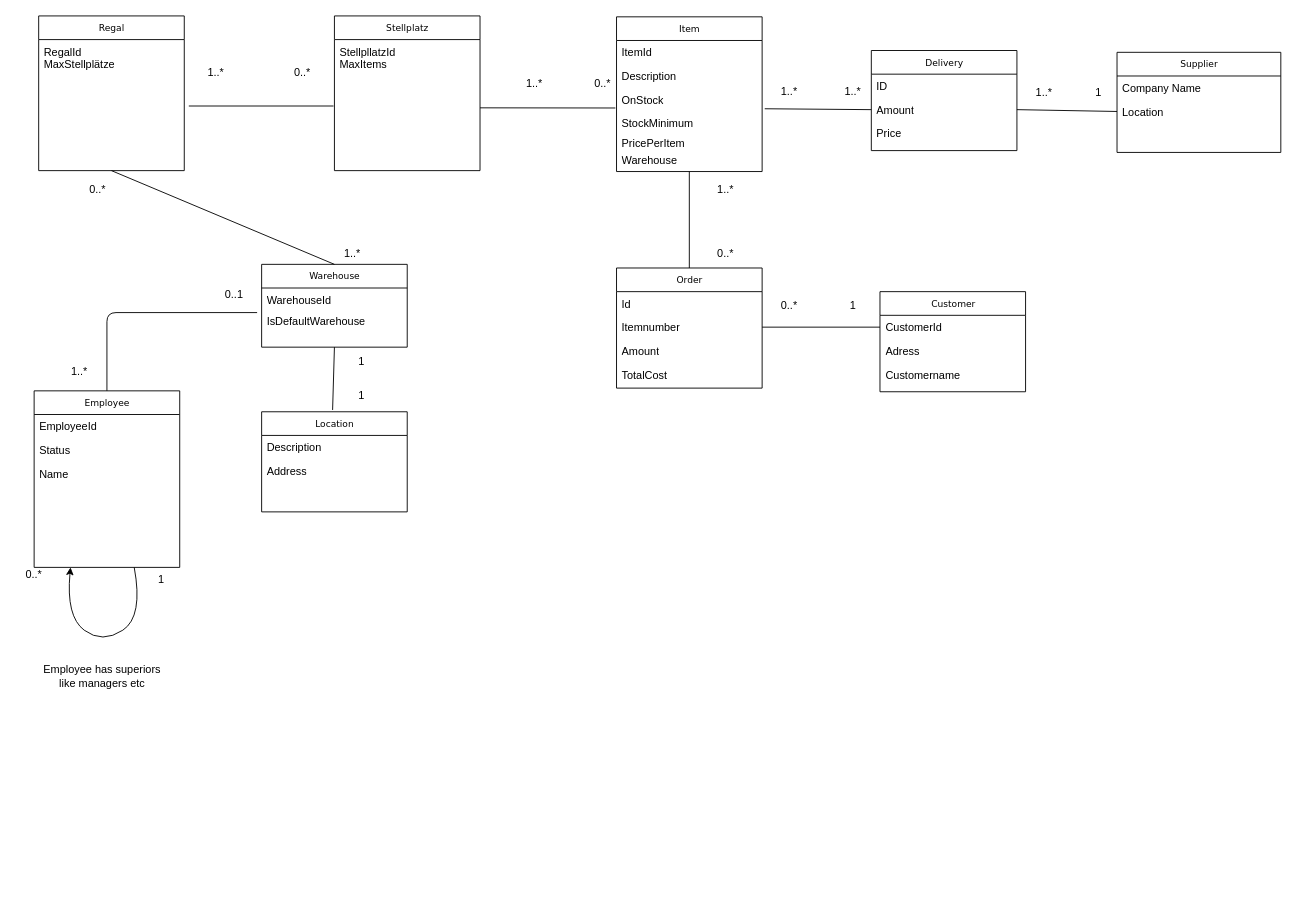
Earlier version of the draw.io diagram Klassendiagramm/Klassendiagramm.drawio (Klompara/ERP-Scrum). Source tidied: cells renumbered, new cells numbered last; positions are measured from the earlier drawing's top-left corner, leaving out a move shared by most shapes. Both pictures are drawn from the tidied source at 91%, with x=0, y=0 at pixel (15, 15).
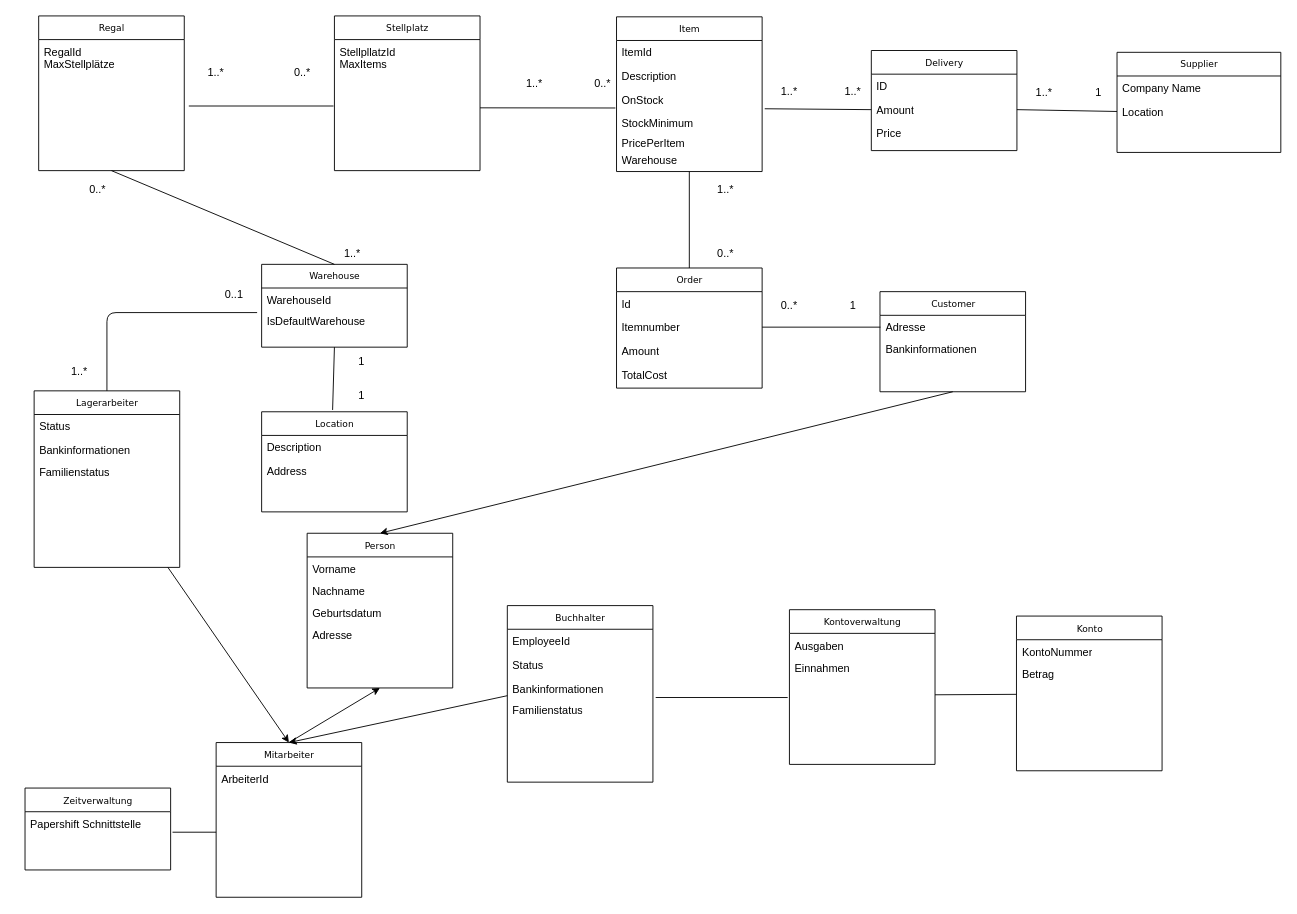
After the change.

The change refers to these unchanged cells:
```xml
<mxCell id="26" value="Itemnumber" style="text;html=1;strokeColor=none;fillColor=none;align=left;verticalAlign=top;spacingLeft=4;spacingRight=4;whiteSpace=wrap;overflow=hidden;points=[[0,0.5],[1,0.5]];portConstraint=eastwest;" parent="24" vertex="1">
  <mxGeometry y="52" width="160" height="26" as="geometry" />
</mxCell>
<mxCell id="29" value="Customer" style="swimlane;html=1;fontStyle=0;horizontal=1;startSize=26;fillColor=none;swimlaneFillColor=#ffffff;rounded=0;shadow=0;comic=0;labelBackgroundColor=none;strokeColor=#000000;strokeWidth=1;fontFamily=Verdana;fontSize=10;fontColor=#000000;align=center;" parent="1" vertex="1">
  <mxGeometry x="949.5" y="303" width="160" height="110" as="geometry" />
</mxCell>
```

What changed in the source:
```diff
@@
-    <mxCell id="4" value="Employee" style="swimlane;html=1;fontStyle=0;horizontal=1;startSize=26;fillColor=none;swimlaneFillColor=#ffffff;rounded=0;shadow=0;comic=0;labelBackgroundColor=none;strokeColor=#000000;strokeWidth=1;fontFamily=Verdana;fontSize=10;fontColor=#000000;align=center;" parent="1" vertex="1">
+    <mxCell id="4" value="Lagerarbeiter" style="swimlane;html=1;fontStyle=0;horizontal=1;startSize=26;fillColor=none;swimlaneFillColor=#ffffff;rounded=0;shadow=0;comic=0;labelBackgroundColor=none;strokeColor=#000000;strokeWidth=1;fontFamily=Verdana;fontSize=10;fontColor=#000000;align=center;" parent="1" vertex="1">
       <mxGeometry x="20" y="412" width="160" height="194" as="geometry" />
     </mxCell>
-    <mxCell id="5" value="EmployeeId" style="text;html=1;strokeColor=none;fillColor=none;align=left;verticalAlign=top;spacingLeft=4;spacingRight=4;whiteSpace=wrap;overflow=hidden;" parent="4" vertex="1">
-      <mxGeometry y="26" width="160" height="26" as="geometry" />
-    </mxCell>
     <mxCell id="6" value="Status" style="text;html=1;strokeColor=none;fillColor=none;align=left;verticalAlign=top;spacingLeft=4;spacingRight=4;whiteSpace=wrap;overflow=hidden;" parent="4" vertex="1">
-      <mxGeometry y="52" width="160" height="26" as="geometry" />
+      <mxGeometry y="26" width="160" height="26" as="geometry" />
     </mxCell>
-    <mxCell id="7" value="Name" style="text;html=1;strokeColor=none;fillColor=none;align=left;verticalAlign=top;spacingLeft=4;spacingRight=4;whiteSpace=wrap;overflow=hidden;" parent="4" vertex="1">
-      <mxGeometry y="78" width="160" height="88" as="geometry" />
-    </mxCell>
+    <mxCell id="71" value="Bankinformationen" style="text;html=1;strokeColor=none;fillColor=none;align=left;verticalAlign=top;spacingLeft=4;spacingRight=4;whiteSpace=wrap;overflow=hidden;" parent="4" vertex="1">
+      <mxGeometry y="52" width="160" height="24" as="geometry" />
+    </mxCell>
+    <mxCell id="72" value="Familienstatus" style="text;html=1;strokeColor=none;fillColor=none;align=left;verticalAlign=top;spacingLeft=4;spacingRight=4;whiteSpace=wrap;overflow=hidden;" parent="4" vertex="1">
+      <mxGeometry y="76" width="160" height="24" as="geometry" />
+    </mxCell>
@@
-    <mxCell id="30" value="CustomerId" style="text;html=1;strokeColor=none;fillColor=none;align=left;verticalAlign=top;spacingLeft=4;spacingRight=4;whiteSpace=wrap;overflow=hidden;points=[[0,0.5],[1,0.5]];portConstraint=eastwest;" parent="29" vertex="1">
-      <mxGeometry y="26" width="160" height="26" as="geometry" />
-    </mxCell>
-    <mxCell id="31" value="Adress" style="text;html=1;strokeColor=none;fillColor=none;align=left;verticalAlign=top;spacingLeft=4;spacingRight=4;whiteSpace=wrap;overflow=hidden;" parent="29" vertex="1">
-      <mxGeometry y="52" width="160" height="26" as="geometry" />
-    </mxCell>
-    <mxCell id="32" value="Customername" style="text;html=1;strokeColor=none;fillColor=none;align=left;verticalAlign=top;spacingLeft=4;spacingRight=4;whiteSpace=wrap;overflow=hidden;" parent="29" vertex="1">
-      <mxGeometry y="78" width="160" height="26" as="geometry" />
-    </mxCell>
+    <mxCell id="73" value="Adresse&lt;br&gt;" style="text;html=1;strokeColor=none;fillColor=none;align=left;verticalAlign=top;spacingLeft=4;spacingRight=4;whiteSpace=wrap;overflow=hidden;" parent="29" vertex="1">
+      <mxGeometry y="26" width="160" height="24" as="geometry" />
+    </mxCell>
+    <mxCell id="74" value="Bankinformationen&lt;br&gt;" style="text;html=1;strokeColor=none;fillColor=none;align=left;verticalAlign=top;spacingLeft=4;spacingRight=4;whiteSpace=wrap;overflow=hidden;" parent="29" vertex="1">
+      <mxGeometry y="50" width="160" height="24" as="geometry" />
+    </mxCell>
@@
-    <mxCell id="37" style="endArrow=none;html=1;entryX=1;entryY=0.5;entryDx=0;entryDy=0;exitX=0;exitY=0.5;exitDx=0;exitDy=0;" parent="1" edge="1" source="30" target="26">
-      <mxGeometry relative="1" as="geometry" />
+    <mxCell id="37" style="endArrow=none;html=1;entryX=1;entryY=0.5;entryDx=0;entryDy=0;exitX=0;exitY=0.5;exitDx=0;exitDy=0;" parent="1" edge="1" target="26">
+      <mxGeometry relative="1" as="geometry">
+        <mxPoint x="950" y="342" as="sourcePoint" />
+      </mxGeometry>
     </mxCell>
@@
-    <mxCell id="56" value="1" style="text;html=1;strokeColor=none;fillColor=none;align=center;verticalAlign=middle;whiteSpace=wrap;rounded=0;" parent="1" vertex="1">
-      <mxGeometry x="140" y="610" width="40" height="20" as="geometry" />
-    </mxCell>
-    <mxCell id="57" value="0..*" style="text;html=1;strokeColor=none;fillColor=none;align=center;verticalAlign=middle;whiteSpace=wrap;rounded=0;" parent="1" vertex="1">
-      <mxGeometry y="604" width="40" height="20" as="geometry" />
-    </mxCell>
-    <mxCell id="58" value="Employee has superiors like managers etc" style="text;html=1;strokeColor=none;fillColor=none;align=center;verticalAlign=middle;whiteSpace=wrap;rounded=0;" parent="1" vertex="1">
-      <mxGeometry x="20" y="691" width="150" height="70" as="geometry" />
-    </mxCell>
@@
-    <mxCell id="60" style="curved=1;endArrow=classic;html=1;entryX=0.25;entryY=1;entryDx=0;entryDy=0;" parent="1" edge="1" target="4">
-      <mxGeometry relative="1" as="geometry">
-        <mxPoint x="130" y="606" as="sourcePoint" />
-        <Array as="points">
-          <mxPoint x="140" y="660" />
-          <mxPoint x="95" y="690" />
-          <mxPoint x="55" y="660" />
-        </Array>
-      </mxGeometry>
-    </mxCell>
@@
+    <mxCell id="75" value="Konto" style="swimlane;html=1;fontStyle=0;horizontal=1;startSize=26;fillColor=none;swimlaneFillColor=#ffffff;rounded=0;shadow=0;comic=0;labelBackgroundColor=none;strokeColor=#000000;strokeWidth=1;fontFamily=Verdana;fontSize=10;fontColor=#000000;align=center;" parent="1" vertex="1">
+      <mxGeometry x="1099.5" y="659.5" width="160" height="170" as="geometry" />
+    </mxCell>
+    <mxCell id="76" value="KontoNummer" style="text;html=1;strokeColor=none;fillColor=none;align=left;verticalAlign=top;spacingLeft=4;spacingRight=4;whiteSpace=wrap;overflow=hidden;" parent="75" vertex="1">
+      <mxGeometry y="26" width="160" height="24" as="geometry" />
+    </mxCell>
+    <mxCell id="77" value="Betrag&lt;br&gt;" style="text;html=1;strokeColor=none;fillColor=none;align=left;verticalAlign=top;spacingLeft=4;spacingRight=4;whiteSpace=wrap;overflow=hidden;" parent="75" vertex="1">
+      <mxGeometry y="50" width="160" height="24" as="geometry" />
+    </mxCell>
+    <mxCell id="78" value="&amp;nbsp;&lt;br&gt;" style="text;html=1;strokeColor=none;fillColor=none;align=left;verticalAlign=top;spacingLeft=4;spacingRight=4;whiteSpace=wrap;overflow=hidden;points=[[0,0.5],[1,0.5]];portConstraint=eastwest;" parent="75" vertex="1">
+      <mxGeometry y="74" width="160" height="24" as="geometry" />
+    </mxCell>
+    <mxCell id="79" value="&amp;nbsp;&lt;br&gt;" style="text;html=1;strokeColor=none;fillColor=none;align=left;verticalAlign=top;spacingLeft=4;spacingRight=4;whiteSpace=wrap;overflow=hidden;" parent="75" vertex="1">
+      <mxGeometry y="98" width="160" height="24" as="geometry" />
+    </mxCell>
+    <mxCell id="80" value="&amp;nbsp;&lt;br&gt;" style="text;html=1;strokeColor=none;fillColor=none;align=left;verticalAlign=top;spacingLeft=4;spacingRight=4;whiteSpace=wrap;overflow=hidden;" parent="75" vertex="1">
+      <mxGeometry y="122" width="160" height="24" as="geometry" />
+    </mxCell>
+    <mxCell id="81" value="&amp;nbsp;&lt;br&gt;" style="text;html=1;strokeColor=none;fillColor=none;align=left;verticalAlign=top;spacingLeft=4;spacingRight=4;whiteSpace=wrap;overflow=hidden;" parent="75" vertex="1">
+      <mxGeometry y="146" width="160" height="24" as="geometry" />
+    </mxCell>
+    <mxCell id="82" value="Kontoverwaltung" style="swimlane;html=1;fontStyle=0;horizontal=1;startSize=26;fillColor=none;swimlaneFillColor=#ffffff;rounded=0;shadow=0;comic=0;labelBackgroundColor=none;strokeColor=#000000;strokeWidth=1;fontFamily=Verdana;fontSize=10;fontColor=#000000;align=center;" parent="1" vertex="1">
+      <mxGeometry x="850" y="652.5" width="160" height="170" as="geometry" />
+    </mxCell>
+    <mxCell id="83" value="Ausgaben" style="text;html=1;strokeColor=none;fillColor=none;align=left;verticalAlign=top;spacingLeft=4;spacingRight=4;whiteSpace=wrap;overflow=hidden;" parent="82" vertex="1">
+      <mxGeometry y="26" width="160" height="24" as="geometry" />
+    </mxCell>
+    <mxCell id="84" value="Einnahmen&lt;br&gt;" style="text;html=1;strokeColor=none;fillColor=none;align=left;verticalAlign=top;spacingLeft=4;spacingRight=4;whiteSpace=wrap;overflow=hidden;" parent="82" vertex="1">
+      <mxGeometry y="50" width="160" height="24" as="geometry" />
+    </mxCell>
+    <mxCell id="85" value="&amp;nbsp;&lt;br&gt;" style="text;html=1;strokeColor=none;fillColor=none;align=left;verticalAlign=top;spacingLeft=4;spacingRight=4;whiteSpace=wrap;overflow=hidden;" parent="82" vertex="1">
+      <mxGeometry y="74" width="160" height="24" as="geometry" />
+    </mxCell>
+    <mxCell id="86" value="&amp;nbsp;&lt;br&gt;" style="text;html=1;strokeColor=none;fillColor=none;align=left;verticalAlign=top;spacingLeft=4;spacingRight=4;whiteSpace=wrap;overflow=hidden;points=[[0,0.5],[1,0.5]];portConstraint=eastwest;" parent="82" vertex="1">
+      <mxGeometry y="98" width="160" height="24" as="geometry" />
+    </mxCell>
+    <mxCell id="87" value="&amp;nbsp;&lt;br&gt;" style="text;html=1;strokeColor=none;fillColor=none;align=left;verticalAlign=top;spacingLeft=4;spacingRight=4;whiteSpace=wrap;overflow=hidden;" parent="82" vertex="1">
+      <mxGeometry y="122" width="160" height="24" as="geometry" />
+    </mxCell>
+    <mxCell id="88" value="&amp;nbsp;&lt;br&gt;" style="text;html=1;strokeColor=none;fillColor=none;align=left;verticalAlign=top;spacingLeft=4;spacingRight=4;whiteSpace=wrap;overflow=hidden;" parent="82" vertex="1">
+      <mxGeometry y="146" width="160" height="24" as="geometry" />
+    </mxCell>
+    <mxCell id="89" style="endArrow=none;html=1;exitX=0;exitY=0.5;exitDx=0;exitDy=0;entryX=1;entryY=-0.187;entryDx=0;entryDy=0;entryPerimeter=0;" parent="1" edge="1" source="78" target="86">
+      <mxGeometry relative="1" as="geometry" />
+    </mxCell>
+    <mxCell id="90" value="Person" style="swimlane;html=1;fontStyle=0;horizontal=1;startSize=26;fillColor=none;swimlaneFillColor=#ffffff;rounded=0;shadow=0;comic=0;labelBackgroundColor=none;strokeColor=#000000;strokeWidth=1;fontFamily=Verdana;fontSize=10;fontColor=#000000;align=center;" parent="1" vertex="1">
+      <mxGeometry x="320" y="568.5" width="160" height="170" as="geometry" />
+    </mxCell>
+    <mxCell id="91" value="Vorname" style="text;html=1;strokeColor=none;fillColor=none;align=left;verticalAlign=top;spacingLeft=4;spacingRight=4;whiteSpace=wrap;overflow=hidden;" parent="90" vertex="1">
+      <mxGeometry y="26" width="160" height="24" as="geometry" />
+    </mxCell>
+    <mxCell id="92" value="Nachname&lt;br&gt;" style="text;html=1;strokeColor=none;fillColor=none;align=left;verticalAlign=top;spacingLeft=4;spacingRight=4;whiteSpace=wrap;overflow=hidden;" parent="90" vertex="1">
+      <mxGeometry y="50" width="160" height="24" as="geometry" />
+    </mxCell>
+    <mxCell id="93" value="Geburtsdatum&lt;br&gt;" style="text;html=1;strokeColor=none;fillColor=none;align=left;verticalAlign=top;spacingLeft=4;spacingRight=4;whiteSpace=wrap;overflow=hidden;" parent="90" vertex="1">
+      <mxGeometry y="74" width="160" height="24" as="geometry" />
+    </mxCell>
+    <mxCell id="94" value="Adresse&lt;br&gt;" style="text;html=1;strokeColor=none;fillColor=none;align=left;verticalAlign=top;spacingLeft=4;spacingRight=4;whiteSpace=wrap;overflow=hidden;" parent="90" vertex="1">
+      <mxGeometry y="98" width="160" height="24" as="geometry" />
+    </mxCell>
+    <mxCell id="95" style="endArrow=classic;html=1;entryX=0.5;entryY=0;entryDx=0;entryDy=0;" parent="1" edge="1" source="4" target="105">
+      <mxGeometry relative="1" as="geometry" />
+    </mxCell>
+    <mxCell id="96" style="endArrow=classic;html=1;exitX=0.5;exitY=1;exitDx=0;exitDy=0;entryX=0.5;entryY=0;entryDx=0;entryDy=0;" parent="1" edge="1" source="29" target="90">
+      <mxGeometry relative="1" as="geometry" />
+    </mxCell>
+    <mxCell id="97" value="Buchhalter" style="swimlane;html=1;fontStyle=0;horizontal=1;startSize=26;fillColor=none;swimlaneFillColor=#ffffff;rounded=0;shadow=0;comic=0;labelBackgroundColor=none;strokeColor=#000000;strokeWidth=1;fontFamily=Verdana;fontSize=10;fontColor=#000000;align=center;" parent="1" vertex="1">
+      <mxGeometry x="540" y="648" width="160" height="194" as="geometry" />
+    </mxCell>
+    <mxCell id="5" value="EmployeeId" style="text;html=1;strokeColor=none;fillColor=none;align=left;verticalAlign=top;spacingLeft=4;spacingRight=4;whiteSpace=wrap;overflow=hidden;" parent="97" vertex="1">
+      <mxGeometry y="26" width="160" height="26" as="geometry" />
+    </mxCell>
+    <mxCell id="98" value="Status" style="text;html=1;strokeColor=none;fillColor=none;align=left;verticalAlign=top;spacingLeft=4;spacingRight=4;whiteSpace=wrap;overflow=hidden;" parent="97" vertex="1">
+      <mxGeometry y="52" width="160" height="26" as="geometry" />
+    </mxCell>
+    <mxCell id="99" value="Bankinformationen" style="text;html=1;strokeColor=none;fillColor=none;align=left;verticalAlign=top;spacingLeft=4;spacingRight=4;whiteSpace=wrap;overflow=hidden;" parent="97" vertex="1">
+      <mxGeometry y="78" width="160" height="24" as="geometry" />
+    </mxCell>
+    <mxCell id="100" value="Familienstatus" style="text;html=1;strokeColor=none;fillColor=none;align=left;verticalAlign=top;spacingLeft=4;spacingRight=4;whiteSpace=wrap;overflow=hidden;points=[[0,0.5],[1,0.5]];portConstraint=eastwest;" parent="97" vertex="1">
+      <mxGeometry y="102" width="160" height="24" as="geometry" />
+    </mxCell>
+    <mxCell id="101" style="endArrow=classic;html=1;entryX=0.5;entryY=0;entryDx=0;entryDy=0;exitX=0;exitY=-0.125;exitDx=0;exitDy=0;exitPerimeter=0;" parent="1" edge="1" source="100" target="105">
+      <mxGeometry relative="1" as="geometry" />
+    </mxCell>
+    <mxCell id="102" style="endArrow=none;html=1;entryX=1.019;entryY=-0.042;entryDx=0;entryDy=0;entryPerimeter=0;exitX=-0.012;exitY=-0.062;exitDx=0;exitDy=0;exitPerimeter=0;" parent="1" edge="1" source="86" target="100">
+      <mxGeometry relative="1" as="geometry" />
+    </mxCell>
+    <mxCell id="103" value="Zeitverwaltung" style="swimlane;html=1;fontStyle=0;horizontal=1;startSize=26;fillColor=none;swimlaneFillColor=#ffffff;rounded=0;shadow=0;comic=0;labelBackgroundColor=none;strokeColor=#000000;strokeWidth=1;fontFamily=Verdana;fontSize=10;fontColor=#000000;align=center;" parent="1" vertex="1">
+      <mxGeometry x="10" y="848.5" width="160" height="90" as="geometry" />
+    </mxCell>
+    <mxCell id="104" value="Papershift Schnittstelle" style="text;html=1;strokeColor=none;fillColor=none;align=left;verticalAlign=top;spacingLeft=4;spacingRight=4;whiteSpace=wrap;overflow=hidden;points=[[0,0.5],[1,0.5]];portConstraint=eastwest;" parent="103" vertex="1">
+      <mxGeometry y="26" width="160" height="24" as="geometry" />
+    </mxCell>
+    <mxCell id="105" value="Mitarbeiter" style="swimlane;html=1;fontStyle=0;horizontal=1;startSize=26;fillColor=none;swimlaneFillColor=#ffffff;rounded=0;shadow=0;comic=0;labelBackgroundColor=none;strokeColor=#000000;strokeWidth=1;fontFamily=Verdana;fontSize=10;fontColor=#000000;align=center;" parent="1" vertex="1">
+      <mxGeometry x="220" y="798.5" width="160" height="170" as="geometry" />
+    </mxCell>
+    <mxCell id="106" value="ArbeiterId" style="text;html=1;strokeColor=none;fillColor=none;align=left;verticalAlign=top;spacingLeft=4;spacingRight=4;whiteSpace=wrap;overflow=hidden;" parent="105" vertex="1">
+      <mxGeometry y="26" width="160" height="24" as="geometry" />
+    </mxCell>
+    <mxCell id="107" style="endArrow=classic;html=1;entryX=0.5;entryY=1;entryDx=0;entryDy=0;exitX=0.5;exitY=0;exitDx=0;exitDy=0;" parent="1" edge="1" source="105" target="90">
+      <mxGeometry relative="1" as="geometry" />
+    </mxCell>
+    <mxCell id="108" style="endArrow=none;html=1;entryX=1.013;entryY=0.938;entryDx=0;entryDy=0;entryPerimeter=0;" parent="1" edge="1" target="104">
+      <mxGeometry relative="1" as="geometry">
+        <mxPoint x="220" y="897" as="sourcePoint" />
+      </mxGeometry>
+    </mxCell>
```
